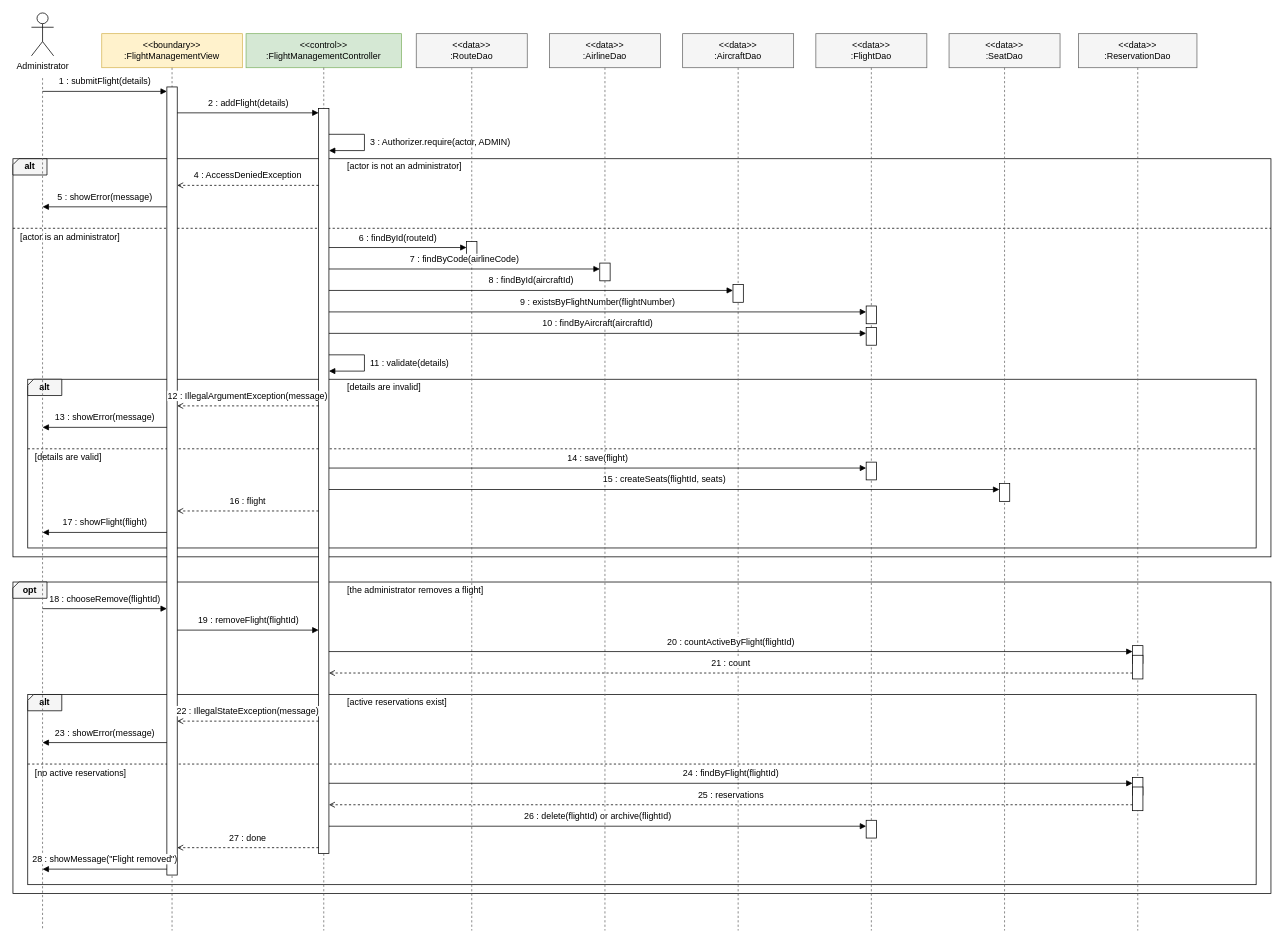
Before: docs/diagrams/src/33-sequence-manage-flights.drawio in satyambhanot/ChinookAir, a draw.io diagram. Source tidied: cells renumbered, new cells numbered last; positions are measured from the earlier drawing's top-left corner, leaving out a move shared by most shapes. Both pictures are drawn from the tidied source at 74%, with x=0, y=0 at pixel (13, 13).
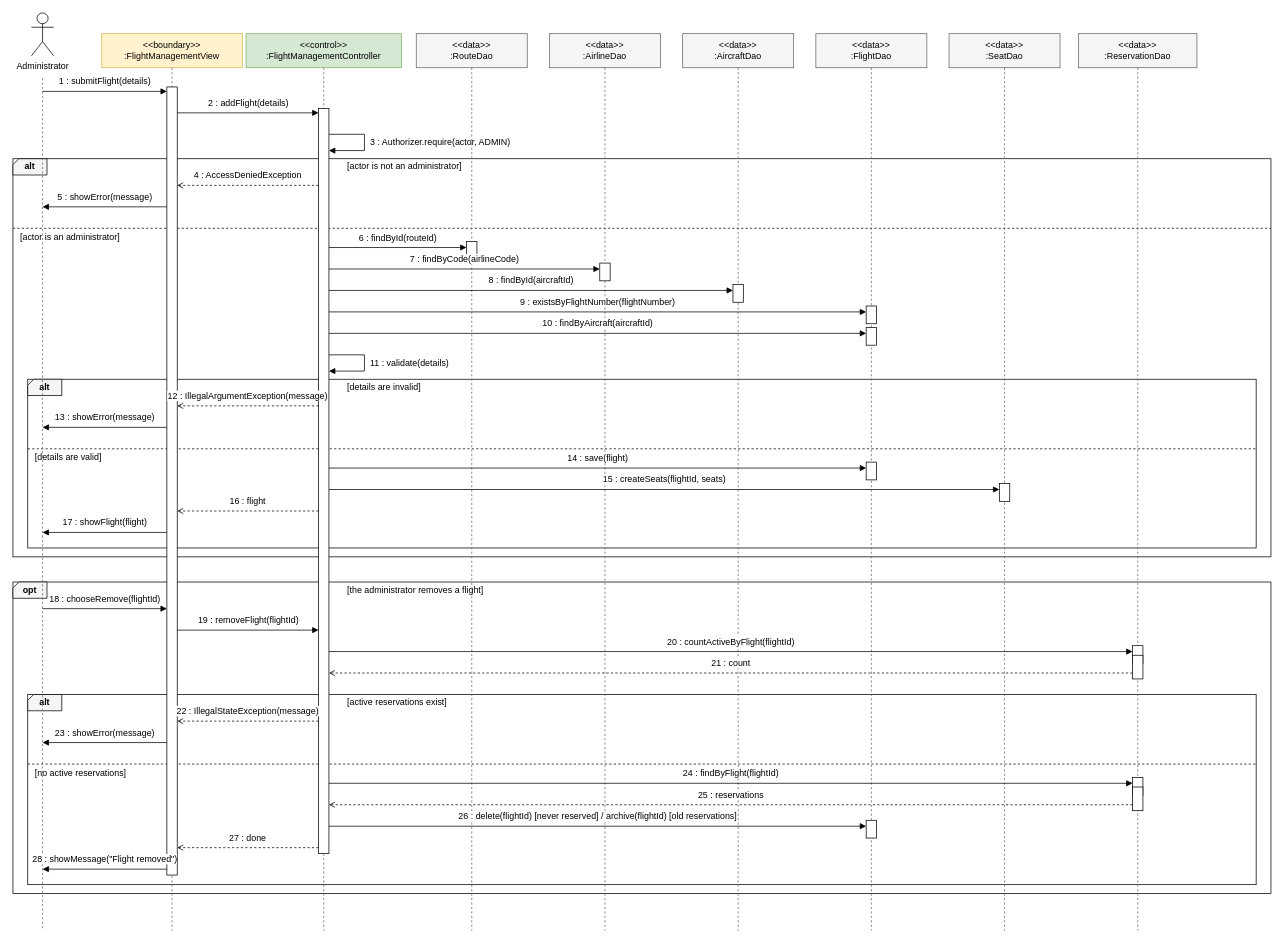
After the change.

The edit, as a diff of the source:
```diff
@@
-    <mxCell id="79" value="26 : delete(flightId) or archive(flightId)" style="html=1;rounded=0;endArrow=block;endFill=1;labelBackgroundColor=#ffffff;verticalAlign=bottom;fontFamily=Helvetica;fontSize=12;" parent="1" edge="1">
+    <mxCell id="79" value="26 : delete(flightId) [never reserved] / archive(flightId) [old reservations]" style="html=1;rounded=0;endArrow=block;endFill=1;labelBackgroundColor=#ffffff;verticalAlign=bottom;fontFamily=Helvetica;fontSize=12;" parent="1" edge="1">
       <mxGeometry relative="1" as="geometry">
         <mxPoint x="427" y="1099" as="sourcePoint" />
         <mxPoint x="1153" y="1099" as="targetPoint" />
         <mxPoint y="-4" as="offset" />
       </mxGeometry>
     </mxCell>
```
